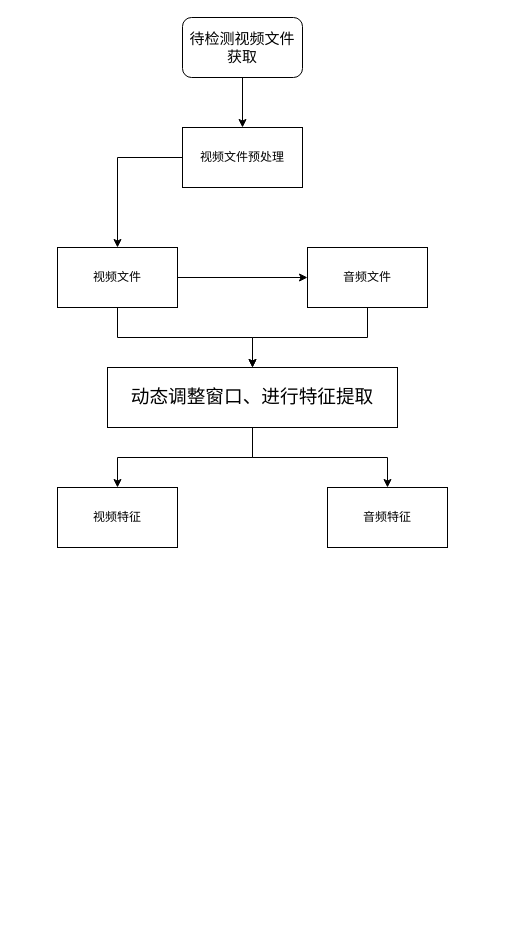
This is Untitled Diagram.drawio from khdxs/1.github.io, a draw.io file, before an edit. Source tidied: cells renumbered, new cells numbered last; positions are measured from the earlier drawing's top-left corner, leaving out a move shared by most shapes. Both pictures are drawn from the tidied source at 100%, with x=0, y=0 at pixel (57, 17).
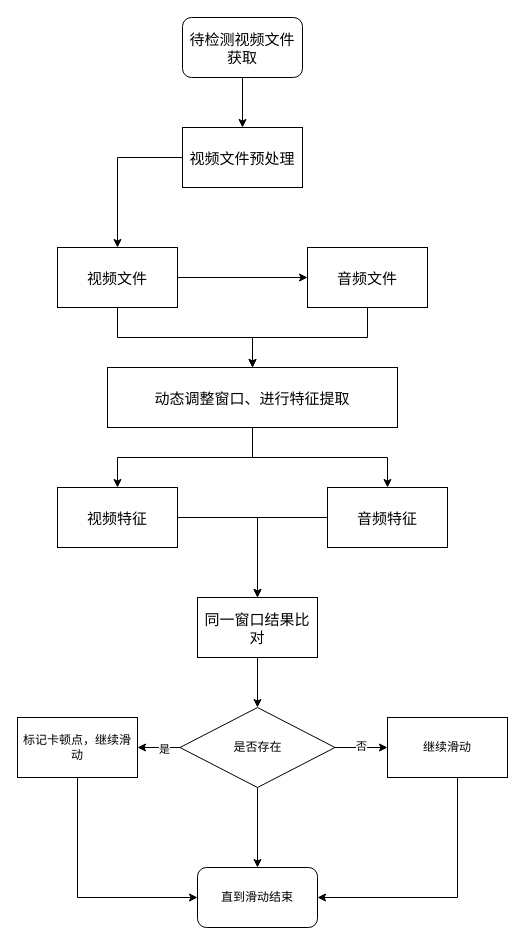
Above is the later version.

Diff of the diagram source:
```diff
@@
-    <mxCell id="2" style="edgeStyle=orthogonalEdgeStyle;rounded=0;jettySize=auto;html=1;" parent="1" edge="1" source="3" target="5">
+    <mxCell id="2" style="edgeStyle=orthogonalEdgeStyle;rounded=0;jettySize=auto;html=1;fontFamily=Tahoma;fontSize=15;" parent="1" edge="1" source="3" target="5">
       <mxGeometry relative="1" as="geometry" />
     </mxCell>
-    <mxCell id="3" value="待检测视频文件获取" style="rounded=1;whiteSpace=wrap;html=1;fontSize=15;fontFamily=Times New Roman;" parent="1" vertex="1">
+    <mxCell id="3" value="待检测视频文件获取" style="rounded=1;whiteSpace=wrap;html=1;fontSize=15;fontFamily=Tahoma;" parent="1" vertex="1">
       <mxGeometry x="125" width="120" height="60" as="geometry" />
     </mxCell>
-    <mxCell id="4" style="edgeStyle=orthogonalEdgeStyle;rounded=0;jettySize=auto;html=1;" parent="1" edge="1" source="5" target="8">
+    <mxCell id="4" style="edgeStyle=orthogonalEdgeStyle;rounded=0;jettySize=auto;html=1;fontFamily=Tahoma;fontSize=15;" parent="1" edge="1" source="5" target="8">
       <mxGeometry relative="1" as="geometry" />
     </mxCell>
-    <mxCell id="5" value="视频文件预处理" style="rounded=0;whiteSpace=wrap;html=1;" parent="1" vertex="1">
+    <mxCell id="5" value="视频文件预处理" style="rounded=0;whiteSpace=wrap;html=1;fontFamily=Tahoma;fontSize=15;" parent="1" vertex="1">
       <mxGeometry x="125" y="110" width="120" height="60" as="geometry" />
     </mxCell>
-    <mxCell id="6" style="edgeStyle=orthogonalEdgeStyle;rounded=0;jettySize=auto;html=1;" parent="1" edge="1" source="8" target="10">
+    <mxCell id="6" style="edgeStyle=orthogonalEdgeStyle;rounded=0;jettySize=auto;html=1;fontFamily=Tahoma;fontSize=15;" parent="1" edge="1" source="8" target="10">
       <mxGeometry relative="1" as="geometry" />
     </mxCell>
-    <mxCell id="7" style="edgeStyle=orthogonalEdgeStyle;rounded=0;jettySize=auto;html=1;" parent="1" edge="1" source="8" target="12">
+    <mxCell id="7" style="edgeStyle=orthogonalEdgeStyle;rounded=0;jettySize=auto;html=1;fontFamily=Tahoma;fontSize=15;" parent="1" edge="1" source="8" target="12">
       <mxGeometry relative="1" as="geometry" />
     </mxCell>
-    <mxCell id="8" value="视频文件" style="rounded=0;whiteSpace=wrap;html=1;" parent="1" vertex="1">
+    <mxCell id="8" value="视频文件" style="rounded=0;whiteSpace=wrap;html=1;fontFamily=Tahoma;fontSize=15;" parent="1" vertex="1">
       <mxGeometry y="230" width="120" height="60" as="geometry" />
     </mxCell>
-    <mxCell id="9" style="edgeStyle=orthogonalEdgeStyle;rounded=0;jettySize=auto;html=1;" parent="1" edge="1" source="10" target="12">
+    <mxCell id="9" style="edgeStyle=orthogonalEdgeStyle;rounded=0;jettySize=auto;html=1;fontFamily=Tahoma;fontSize=15;" parent="1" edge="1" source="10" target="12">
       <mxGeometry relative="1" as="geometry" />
     </mxCell>
-    <mxCell id="10" value="音频文件" style="rounded=0;whiteSpace=wrap;html=1;" parent="1" vertex="1">
+    <mxCell id="10" value="音频文件" style="rounded=0;whiteSpace=wrap;html=1;fontFamily=Tahoma;fontSize=15;" parent="1" vertex="1">
       <mxGeometry x="250" y="230" width="120" height="60" as="geometry" />
     </mxCell>
-    <mxCell id="11" style="edgeStyle=orthogonalEdgeStyle;rounded=0;jettySize=auto;html=1;" parent="1" edge="1" source="12" target="14">
+    <mxCell id="11" style="edgeStyle=orthogonalEdgeStyle;rounded=0;jettySize=auto;html=1;fontFamily=Tahoma;fontSize=15;" parent="1" edge="1" source="12" target="14">
       <mxGeometry relative="1" as="geometry" />
     </mxCell>
-    <mxCell id="12" value="&lt;span style=&quot;text-align: start; font-size: 14pt; font-family: KaiTi_GB2312;&quot; lang=&quot;ZH-CN&quot;&gt;动态调整窗口、进行特征提取&lt;/span&gt;&lt;span style=&quot;font-size: medium; text-align: start;&quot;&gt;&lt;/span&gt;" style="rounded=0;whiteSpace=wrap;html=1;" parent="1" vertex="1">
+    <mxCell id="12" value="&lt;span style=&quot;text-align: start; font-size: 15px;&quot; lang=&quot;ZH-CN&quot;&gt;动态调整窗口、进行特征提取&lt;/span&gt;&lt;span style=&quot;font-size: 15px; text-align: start;&quot;&gt;&lt;/span&gt;" style="rounded=0;whiteSpace=wrap;html=1;fontFamily=Tahoma;fontSize=15;" parent="1" vertex="1">
       <mxGeometry x="50" y="350" width="290" height="60" as="geometry" />
     </mxCell>
+    <mxCell id="16" style="edgeStyle=orthogonalEdgeStyle;rounded=0;jettySize=auto;html=1;" parent="1" edge="1" source="13" target="19">
+      <mxGeometry relative="1" as="geometry" />
+    </mxCell>
-    <mxCell id="13" value="视频特征" style="rounded=0;whiteSpace=wrap;html=1;" parent="1" vertex="1">
+    <mxCell id="13" value="视频特征" style="rounded=0;whiteSpace=wrap;html=1;fontFamily=Tahoma;fontSize=15;" parent="1" vertex="1">
       <mxGeometry y="470" width="120" height="60" as="geometry" />
     </mxCell>
+    <mxCell id="17" style="edgeStyle=orthogonalEdgeStyle;rounded=0;jettySize=auto;html=1;" parent="1" edge="1" source="14" target="19">
+      <mxGeometry relative="1" as="geometry" />
+    </mxCell>
-    <mxCell id="14" value="音频特征" style="rounded=0;whiteSpace=wrap;html=1;" parent="1" vertex="1">
+    <mxCell id="14" value="音频特征" style="rounded=0;whiteSpace=wrap;html=1;fontFamily=Tahoma;fontSize=15;" parent="1" vertex="1">
       <mxGeometry x="270" y="470" width="120" height="60" as="geometry" />
     </mxCell>
-    <mxCell id="15" style="edgeStyle=orthogonalEdgeStyle;rounded=0;jettySize=auto;html=1;entryX=0.5;entryY=0;entryDx=0;entryDy=0;exitX=0.5;exitY=1;exitDx=0;exitDy=0;" parent="1" edge="1" source="12" target="13">
+    <mxCell id="15" style="edgeStyle=orthogonalEdgeStyle;rounded=0;jettySize=auto;html=1;entryX=0.5;entryY=0;entryDx=0;entryDy=0;exitX=0.5;exitY=1;exitDx=0;exitDy=0;fontFamily=Tahoma;fontSize=15;" parent="1" edge="1" source="12" target="13">
       <mxGeometry relative="1" as="geometry" />
     </mxCell>
+    <mxCell id="18" style="edgeStyle=orthogonalEdgeStyle;rounded=0;jettySize=auto;html=1;" parent="1" edge="1" source="19" target="25">
+      <mxGeometry relative="1" as="geometry" />
+    </mxCell>
+    <mxCell id="19" value="同一窗口结果比对" style="rounded=0;whiteSpace=wrap;html=1;fontFamily=Tahoma;fontSize=15;" parent="1" vertex="1">
+      <mxGeometry x="140" y="580" width="120" height="60" as="geometry" />
+    </mxCell>
+    <mxCell id="20" style="edgeStyle=orthogonalEdgeStyle;rounded=0;jettySize=auto;html=1;" parent="1" edge="1" source="25" target="27">
+      <mxGeometry relative="1" as="geometry" />
+    </mxCell>
+    <mxCell id="21" value="否" style="edgeLabel;html=1;align=center;verticalAlign=middle;" parent="20" vertex="1">
+      <mxGeometry x="-0.01" y="2" relative="1" as="geometry" />
+    </mxCell>
+    <mxCell id="22" style="edgeStyle=orthogonalEdgeStyle;rounded=0;jettySize=auto;html=1;" parent="1" edge="1" source="25" target="29">
+      <mxGeometry relative="1" as="geometry" />
+    </mxCell>
+    <mxCell id="23" value="是" style="edgeLabel;html=1;align=center;verticalAlign=middle;" parent="22" vertex="1">
+      <mxGeometry x="-0.25" y="1" relative="1" as="geometry" />
+    </mxCell>
+    <mxCell id="24" style="edgeStyle=orthogonalEdgeStyle;rounded=0;jettySize=auto;html=1;" parent="1" edge="1" source="25" target="30">
+      <mxGeometry relative="1" as="geometry" />
+    </mxCell>
+    <mxCell id="25" value="是否存在" style="rhombus;whiteSpace=wrap;html=1;" parent="1" vertex="1">
+      <mxGeometry x="122.5" y="690" width="155" height="80" as="geometry" />
+    </mxCell>
+    <mxCell id="26" style="edgeStyle=orthogonalEdgeStyle;rounded=0;jettySize=auto;html=1;" parent="1" edge="1" source="27" target="30">
+      <mxGeometry relative="1" as="geometry">
+        <Array as="points">
+          <mxPoint x="400" y="880" />
+        </Array>
+      </mxGeometry>
+    </mxCell>
+    <mxCell id="27" value="继续滑动" style="rounded=0;whiteSpace=wrap;html=1;" parent="1" vertex="1">
+      <mxGeometry x="330" y="700" width="120" height="60" as="geometry" />
+    </mxCell>
+    <mxCell id="28" style="edgeStyle=orthogonalEdgeStyle;rounded=0;jettySize=auto;html=1;" parent="1" edge="1" source="29" target="30">
+      <mxGeometry relative="1" as="geometry">
+        <Array as="points">
+          <mxPoint x="20" y="880" />
+        </Array>
+      </mxGeometry>
+    </mxCell>
+    <mxCell id="29" value="标记卡顿点，继续滑动" style="rounded=0;whiteSpace=wrap;html=1;" parent="1" vertex="1">
+      <mxGeometry x="-40" y="700" width="120" height="60" as="geometry" />
+    </mxCell>
+    <mxCell id="30" value="直到滑动结束" style="rounded=1;whiteSpace=wrap;html=1;" parent="1" vertex="1">
+      <mxGeometry x="140" y="850" width="120" height="60" as="geometry" />
+    </mxCell>
```
